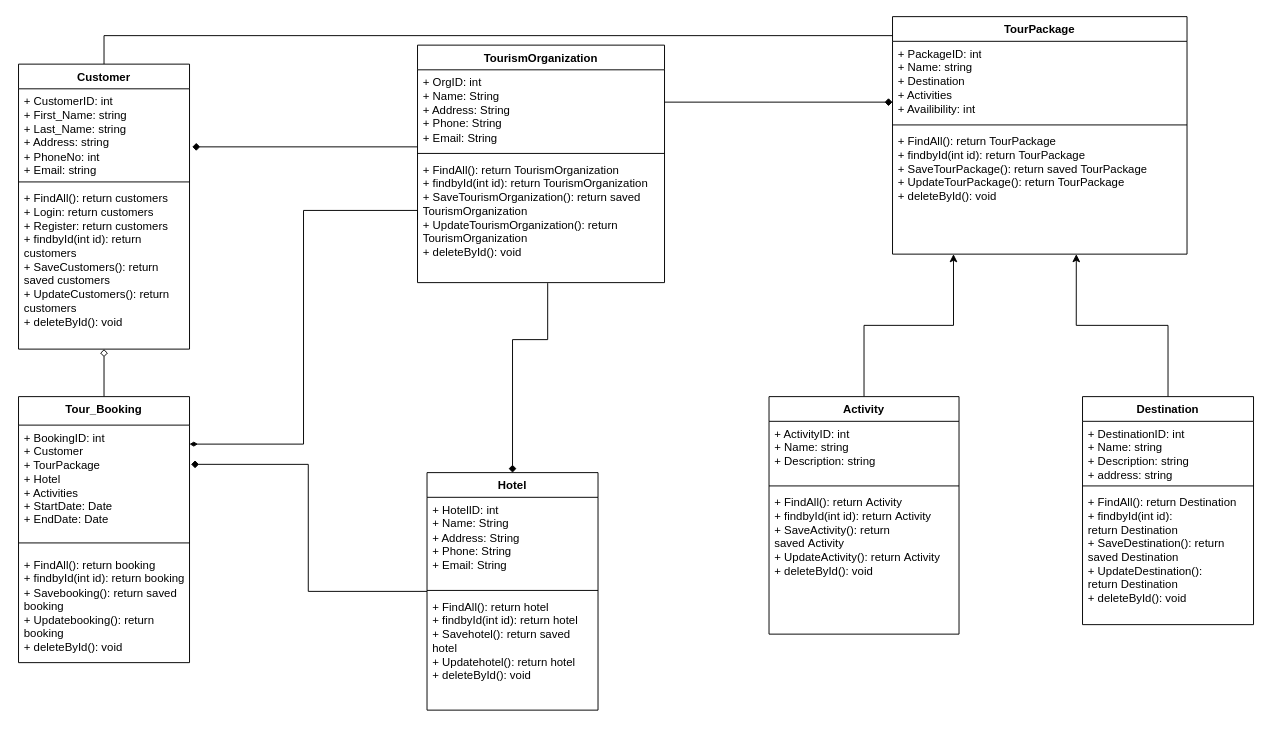
This is Class Diagram Tour.drawio from ziard47/Diagram, a draw.io file, before an edit. Source tidied: cells renumbered, new cells numbered last; positions are measured from the earlier drawing's top-left corner, leaving out a move shared by most shapes. Both pictures are drawn from the tidied source at 95%, with x=0, y=0 at pixel (18, 16).
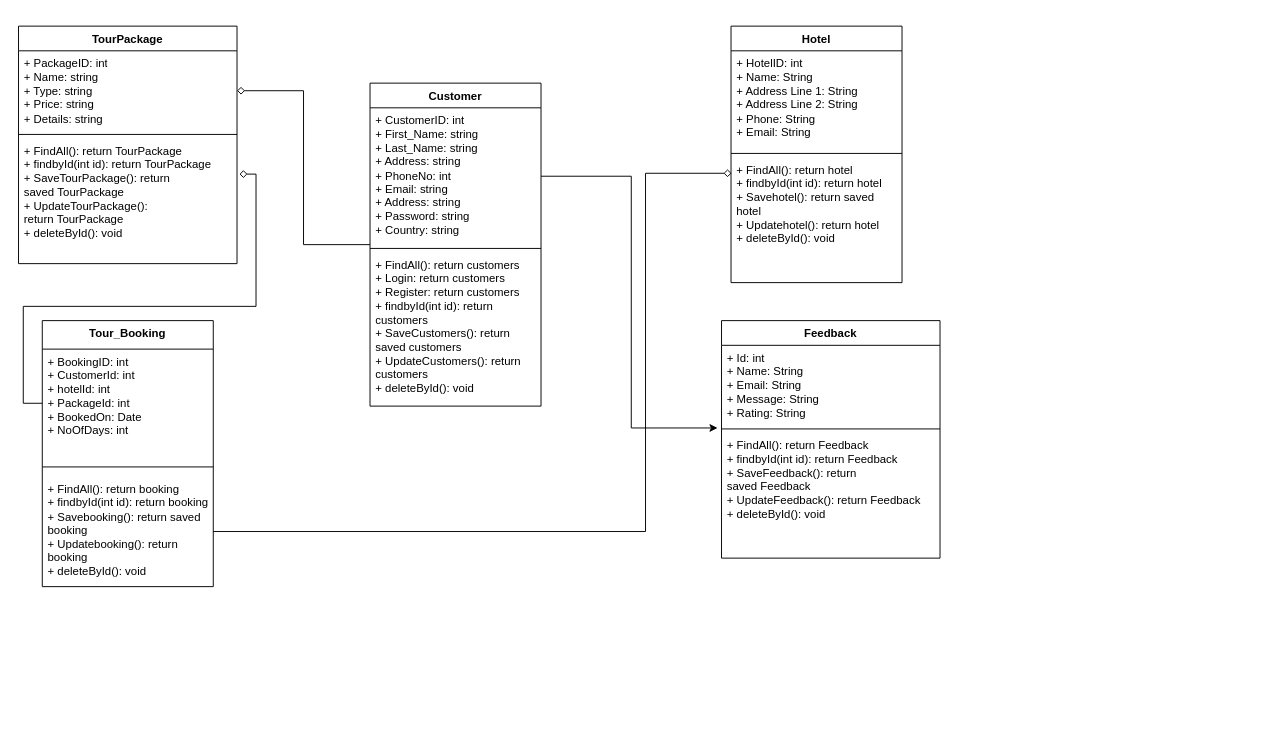
Above is the later version.

Unchanged cells that the change refers to:
```xml
<mxCell id="11" value="+ FindAll(): return booking&lt;br style=&quot;border-color: var(--border-color);&quot;&gt;+ findbyId(int id): return booking&lt;br style=&quot;border-color: var(--border-color);&quot;&gt;+ Savebooking(): return saved booking&lt;br style=&quot;border-color: var(--border-color);&quot;&gt;+ Updatebooking(): return booking&lt;br style=&quot;border-color: var(--border-color);&quot;&gt;+ deleteById(): void" style="text;strokeColor=none;fillColor=none;align=left;verticalAlign=top;spacingLeft=4;spacingRight=4;overflow=hidden;points=[[0,0.5],[1,0.5]];portConstraint=eastwest;whiteSpace=wrap;html=1;" parent="8" vertex="1">
  <mxGeometry y="164" width="180" height="116" as="geometry" />
</mxCell>
```

Diff of the diagram source:
```diff
@@
-    <mxCell id="2" style="edgeStyle=orthogonalEdgeStyle;rounded=0;jettySize=auto;html=1;entryX=0.006;entryY=0.083;entryDx=0;entryDy=0;entryPerimeter=0;endArrow=diamond;endFill=1;" parent="1" edge="1" source="3" target="24">
-      <mxGeometry relative="1" as="geometry">
-        <Array as="points">
-          <mxPoint x="90" y="20" />
-          <mxPoint x="981" y="20" />
-        </Array>
-      </mxGeometry>
-    </mxCell>
+    <mxCell id="39" style="edgeStyle=orthogonalEdgeStyle;rounded=0;jettySize=auto;html=1;entryX=1;entryY=0.5;entryDx=0;entryDy=0;endArrow=diamond;endFill=0;" parent="1" edge="1" source="3" target="25">
+      <mxGeometry relative="1" as="geometry" />
+    </mxCell>
     <mxCell id="3" value="Customer" style="swimlane;fontStyle=1;align=center;verticalAlign=top;horizontal=1;startSize=26;whiteSpace=wrap;html=1;" parent="1" vertex="1">
-      <mxGeometry y="50" width="180" height="300" as="geometry" />
+      <mxGeometry x="370" y="70" width="180" height="340" as="geometry" />
     </mxCell>
-    <mxCell id="4" value="+ CustomerID: int&lt;br&gt;+ First_Name: string&lt;br&gt;+ Last_Name: string&lt;br&gt;+ Address: string&lt;br&gt;+ PhoneNo: int&lt;br&gt;+ Email: string" style="text;strokeColor=none;fillColor=none;align=left;verticalAlign=top;spacingLeft=4;spacingRight=4;overflow=hidden;points=[[0,0.5],[1,0.5]];portConstraint=eastwest;whiteSpace=wrap;html=1;" parent="3" vertex="1">
-      <mxGeometry y="26" width="180" height="94" as="geometry" />
+    <mxCell id="4" value="+ CustomerID: int&lt;br&gt;+ First_Name: string&lt;br&gt;+ Last_Name: string&lt;br&gt;+ Address: string&lt;br&gt;+ PhoneNo: int&lt;br&gt;+ Email: string&lt;br&gt;+ Address: string&lt;br&gt;+ Password: string&lt;br&gt;+ Country: string" style="text;strokeColor=none;fillColor=none;align=left;verticalAlign=top;spacingLeft=4;spacingRight=4;overflow=hidden;points=[[0,0.5],[1,0.5]];portConstraint=eastwest;whiteSpace=wrap;html=1;" parent="3" vertex="1">
+      <mxGeometry y="26" width="180" height="144" as="geometry" />
     </mxCell>
     <mxCell id="5" style="line;strokeWidth=1;fillColor=none;align=left;verticalAlign=middle;spacingTop=-1;spacingLeft=3;spacingRight=3;labelPosition=right;strokeColor=inherit;" parent="3" vertex="1">
-      <mxGeometry y="120" width="180" height="8" as="geometry" />
+      <mxGeometry y="170" width="180" height="8" as="geometry" />
     </mxCell>
     <mxCell id="6" value="+ FindAll(): return customers&lt;br&gt;+ Login: return customers&lt;br&gt;+ Register: return customers&lt;br&gt;+ findbyId(int id): return customers&lt;br&gt;+ SaveCustomers(): return saved customers&lt;br&gt;+ UpdateCustomers(): return customers&lt;br&gt;+ deleteById(): void" style="text;strokeColor=none;fillColor=none;align=left;verticalAlign=top;spacingLeft=4;spacingRight=4;overflow=hidden;points=[[0,0.5],[1,0.5]];portConstraint=eastwest;whiteSpace=wrap;html=1;" parent="3" vertex="1">
-      <mxGeometry y="128" width="180" height="172" as="geometry" />
+      <mxGeometry y="178" width="180" height="162" as="geometry" />
     </mxCell>
-    <mxCell id="7" style="edgeStyle=orthogonalEdgeStyle;rounded=0;jettySize=auto;html=1;entryX=0.5;entryY=1;entryDx=0;entryDy=0;entryPerimeter=0;endArrow=diamond;endFill=0;" parent="1" edge="1" source="8" target="6">
-      <mxGeometry relative="1" as="geometry" />
-    </mxCell>
     <mxCell id="8" value="Tour_Booking" style="swimlane;fontStyle=1;align=center;verticalAlign=top;horizontal=1;startSize=30;whiteSpace=wrap;html=1;" parent="1" vertex="1">
-      <mxGeometry y="400" width="180" height="280" as="geometry" />
+      <mxGeometry x="25" y="320" width="180" height="280" as="geometry" />
     </mxCell>
-    <mxCell id="9" value="+ BookingID: int&lt;br&gt;+ Customer&lt;br&gt;+ TourPackage&lt;br&gt;+ Hotel&lt;br&gt;+ Activities&lt;br&gt;+ StartDate: Date&lt;br&gt;+ EndDate: Date" style="text;strokeColor=none;fillColor=none;align=left;verticalAlign=top;spacingLeft=4;spacingRight=4;overflow=hidden;points=[[0,0.5],[1,0.5]];portConstraint=eastwest;whiteSpace=wrap;html=1;" parent="8" vertex="1">
+    <mxCell id="9" value="+ BookingID: int&lt;br&gt;+ CustomerId: int&lt;br&gt;+ hotelId: int&lt;br&gt;+ PackageId: int&lt;br&gt;+ BookedOn: Date&lt;br&gt;+ NoOfDays: int" style="text;strokeColor=none;fillColor=none;align=left;verticalAlign=top;spacingLeft=4;spacingRight=4;overflow=hidden;points=[[0,0.5],[1,0.5]];portConstraint=eastwest;whiteSpace=wrap;html=1;" parent="8" vertex="1">
       <mxGeometry y="30" width="180" height="114" as="geometry" />
     </mxCell>
@@
-    <mxCell id="12" style="edgeStyle=orthogonalEdgeStyle;rounded=0;jettySize=auto;html=1;entryX=1.009;entryY=0.362;entryDx=0;entryDy=0;entryPerimeter=0;endArrow=diamond;endFill=1;" parent="1" edge="1" source="13" target="9">
-      <mxGeometry relative="1" as="geometry" />
-    </mxCell>
     <mxCell id="13" value="Hotel" style="swimlane;fontStyle=1;align=center;verticalAlign=top;horizontal=1;startSize=26;whiteSpace=wrap;html=1;" parent="1" vertex="1">
-      <mxGeometry x="430" y="480" width="180" height="250" as="geometry" />
+      <mxGeometry x="750" y="10" width="180" height="270" as="geometry" />
     </mxCell>
-    <mxCell id="14" value="+ HotelID: int&lt;br&gt;+ Name: String&lt;br&gt;+ Address: String&lt;br&gt;+ Phone: String&lt;br&gt;+ Email: String&lt;br&gt;" style="text;strokeColor=none;fillColor=none;align=left;verticalAlign=top;spacingLeft=4;spacingRight=4;overflow=hidden;whiteSpace=wrap;html=1;" parent="13" vertex="1">
-      <mxGeometry y="26" width="180" height="94" as="geometry" />
+    <mxCell id="14" value="+ HotelID: int&lt;br&gt;+ Name: String&lt;br&gt;+ Address Line 1: String&lt;br&gt;+ Address Line 2: String&lt;br&gt;+ Phone: String&lt;br&gt;+ Email: String" style="text;strokeColor=none;fillColor=none;align=left;verticalAlign=top;spacingLeft=4;spacingRight=4;overflow=hidden;whiteSpace=wrap;html=1;" parent="13" vertex="1">
+      <mxGeometry y="26" width="180" height="104" as="geometry" />
     </mxCell>
     <mxCell id="15" style="line;strokeWidth=1;fillColor=none;align=left;verticalAlign=middle;spacingTop=-1;spacingLeft=3;spacingRight=3;labelPosition=right;strokeColor=inherit;" parent="13" vertex="1">
-      <mxGeometry y="120" width="180" height="8" as="geometry" />
+      <mxGeometry y="130" width="180" height="8" as="geometry" />
     </mxCell>
     <mxCell id="16" value="+ FindAll(): return hotel&lt;br style=&quot;border-color: var(--border-color);&quot;&gt;+ findbyId(int id): return hotel&lt;br style=&quot;border-color: var(--border-color);&quot;&gt;+ Savehotel(): return saved hotel&lt;br style=&quot;border-color: var(--border-color);&quot;&gt;+ Updatehotel(): return hotel&lt;br style=&quot;border-color: var(--border-color);&quot;&gt;+ deleteById(): void" style="text;strokeColor=none;fillColor=none;align=left;verticalAlign=top;spacingLeft=4;spacingRight=4;overflow=hidden;points=[[0,0.5],[1,0.5]];portConstraint=eastwest;whiteSpace=wrap;html=1;" parent="13" vertex="1">
-      <mxGeometry y="128" width="180" height="122" as="geometry" />
+      <mxGeometry y="138" width="180" height="132" as="geometry" />
     </mxCell>
-    <mxCell id="17" style="edgeStyle=orthogonalEdgeStyle;rounded=0;jettySize=auto;html=1;entryX=1.016;entryY=0.65;entryDx=0;entryDy=0;entryPerimeter=0;endArrow=diamond;endFill=1;" parent="1" edge="1" source="20" target="4">
-      <mxGeometry relative="1" as="geometry">
-        <Array as="points">
-          <mxPoint x="470" y="137" />
-          <mxPoint x="470" y="137" />
-        </Array>
-      </mxGeometry>
-    </mxCell>
-    <mxCell id="18" style="edgeStyle=orthogonalEdgeStyle;rounded=0;jettySize=auto;html=1;exitX=0;exitY=0.5;exitDx=0;exitDy=0;endArrow=diamondThin;endFill=1;" parent="1" edge="1" source="23">
-      <mxGeometry relative="1" as="geometry">
-        <mxPoint x="180" y="450" as="targetPoint" />
-        <Array as="points">
-          <mxPoint x="300" y="204" />
-          <mxPoint x="300" y="450" />
-          <mxPoint x="180" y="450" />
-        </Array>
-      </mxGeometry>
-    </mxCell>
-    <mxCell id="19" style="edgeStyle=orthogonalEdgeStyle;rounded=0;jettySize=auto;html=1;entryX=0.5;entryY=0;entryDx=0;entryDy=0;endArrow=diamond;endFill=1;exitX=0.527;exitY=1.004;exitDx=0;exitDy=0;exitPerimeter=0;" parent="1" edge="1" source="23" target="13">
-      <mxGeometry relative="1" as="geometry">
-        <Array as="points">
-          <mxPoint x="557" y="340" />
-          <mxPoint x="520" y="340" />
-        </Array>
-      </mxGeometry>
-    </mxCell>
-    <mxCell id="20" value="TourismOrganization" style="swimlane;fontStyle=1;align=center;verticalAlign=top;horizontal=1;startSize=26;whiteSpace=wrap;html=1;" parent="1" vertex="1">
-      <mxGeometry x="420" y="30" width="260" height="250" as="geometry" />
+    <mxCell id="20" value="Feedback" style="swimlane;fontStyle=1;align=center;verticalAlign=top;horizontal=1;startSize=26;whiteSpace=wrap;html=1;" parent="1" vertex="1">
+      <mxGeometry x="740" y="320" width="230" height="250" as="geometry" />
     </mxCell>
-    <mxCell id="21" value="+ OrgID: int&lt;br style=&quot;border-color: var(--border-color);&quot;&gt;+ Name: String&lt;br style=&quot;border-color: var(--border-color);&quot;&gt;+ Address: String&lt;br style=&quot;border-color: var(--border-color);&quot;&gt;+ Phone: String&lt;br style=&quot;border-color: var(--border-color);&quot;&gt;+ Email: String" style="text;strokeColor=none;fillColor=none;align=left;verticalAlign=top;spacingLeft=4;spacingRight=4;overflow=hidden;points=[[0,0.5],[1,0.5]];portConstraint=eastwest;whiteSpace=wrap;html=1;" parent="20" vertex="1">
-      <mxGeometry y="26" width="260" height="84" as="geometry" />
+    <mxCell id="21" value="+ Id: int&lt;br style=&quot;border-color: var(--border-color);&quot;&gt;+ Name: String&lt;br style=&quot;border-color: var(--border-color);&quot;&gt;+ Email: String&lt;br style=&quot;border-color: var(--border-color);&quot;&gt;+ Message: String&lt;br style=&quot;border-color: var(--border-color);&quot;&gt;+ Rating: String" style="text;strokeColor=none;fillColor=none;align=left;verticalAlign=top;spacingLeft=4;spacingRight=4;overflow=hidden;points=[[0,0.5],[1,0.5]];portConstraint=eastwest;whiteSpace=wrap;html=1;" parent="20" vertex="1">
+      <mxGeometry y="26" width="230" height="84" as="geometry" />
     </mxCell>
     <mxCell id="22" style="line;strokeWidth=1;fillColor=none;align=left;verticalAlign=middle;spacingTop=-1;spacingLeft=3;spacingRight=3;labelPosition=right;strokeColor=inherit;" parent="20" vertex="1">
-      <mxGeometry y="110" width="260" height="8" as="geometry" />
+      <mxGeometry y="110" width="230" height="8" as="geometry" />
     </mxCell>
-    <mxCell id="23" value="+ FindAll(): return&amp;nbsp;TourismOrganization&lt;br style=&quot;border-color: var(--border-color);&quot;&gt;+ findbyId(int id): return TourismOrganization&lt;br style=&quot;border-color: var(--border-color);&quot;&gt;+ SaveTourismOrganization(): return saved TourismOrganization&lt;br style=&quot;border-color: var(--border-color);&quot;&gt;+ UpdateTourismOrganization(): return TourismOrganization&lt;br style=&quot;border-color: var(--border-color);&quot;&gt;+ deleteById(): void" style="text;strokeColor=none;fillColor=none;align=left;verticalAlign=top;spacingLeft=4;spacingRight=4;overflow=hidden;points=[[0,0.5],[1,0.5]];portConstraint=eastwest;whiteSpace=wrap;html=1;" parent="20" vertex="1">
-      <mxGeometry y="118" width="260" height="132" as="geometry" />
+    <mxCell id="23" value="+ FindAll(): return&amp;nbsp;Feedback&lt;br style=&quot;border-color: var(--border-color);&quot;&gt;+ findbyId(int id): return&amp;nbsp;Feedback&lt;br style=&quot;border-color: var(--border-color);&quot;&gt;+ SaveFeedback(): return saved&amp;nbsp;Feedback&lt;br style=&quot;border-color: var(--border-color);&quot;&gt;+ UpdateFeedback(): return Feedback&lt;br style=&quot;border-color: var(--border-color);&quot;&gt;+ deleteById(): void" style="text;strokeColor=none;fillColor=none;align=left;verticalAlign=top;spacingLeft=4;spacingRight=4;overflow=hidden;points=[[0,0.5],[1,0.5]];portConstraint=eastwest;whiteSpace=wrap;html=1;" parent="20" vertex="1">
+      <mxGeometry y="118" width="230" height="132" as="geometry" />
     </mxCell>
     <mxCell id="24" value="TourPackage" style="swimlane;fontStyle=1;align=center;verticalAlign=top;horizontal=1;startSize=26;whiteSpace=wrap;html=1;" parent="1" vertex="1">
-      <mxGeometry x="920" width="310" height="250" as="geometry" />
+      <mxGeometry y="10" width="230" height="250" as="geometry" />
     </mxCell>
-    <mxCell id="25" value="+ PackageID: int&lt;br&gt;+ Name: string&lt;br&gt;+ Destination&lt;br&gt;+ Activities&lt;br&gt;+ Availibility: int" style="text;strokeColor=none;fillColor=none;align=left;verticalAlign=top;spacingLeft=4;spacingRight=4;overflow=hidden;points=[[0,0.5],[1,0.5]];portConstraint=eastwest;whiteSpace=wrap;html=1;" parent="24" vertex="1">
-      <mxGeometry y="26" width="310" height="84" as="geometry" />
+    <mxCell id="25" value="+ PackageID: int&lt;br&gt;+ Name: string&lt;br&gt;+ Type: string&lt;br&gt;+ Price: string&lt;br&gt;+ Details: string" style="text;strokeColor=none;fillColor=none;align=left;verticalAlign=top;spacingLeft=4;spacingRight=4;overflow=hidden;points=[[0,0.5],[1,0.5]];portConstraint=eastwest;whiteSpace=wrap;html=1;" parent="24" vertex="1">
+      <mxGeometry y="26" width="230" height="84" as="geometry" />
     </mxCell>
     <mxCell id="26" style="line;strokeWidth=1;fillColor=none;align=left;verticalAlign=middle;spacingTop=-1;spacingLeft=3;spacingRight=3;labelPosition=right;strokeColor=inherit;" parent="24" vertex="1">
-      <mxGeometry y="110" width="310" height="8" as="geometry" />
+      <mxGeometry y="110" width="230" height="8" as="geometry" />
     </mxCell>
     <mxCell id="27" value="+ FindAll(): return&amp;nbsp;TourPackage&lt;br style=&quot;border-color: var(--border-color);&quot;&gt;+ findbyId(int id): return&amp;nbsp;TourPackage&lt;br style=&quot;border-color: var(--border-color);&quot;&gt;+ SaveTourPackage(): return saved&amp;nbsp;TourPackage&lt;br style=&quot;border-color: var(--border-color);&quot;&gt;+ UpdateTourPackage(): return&amp;nbsp;TourPackage&lt;br style=&quot;border-color: var(--border-color);&quot;&gt;+ deleteById(): void" style="text;strokeColor=none;fillColor=none;align=left;verticalAlign=top;spacingLeft=4;spacingRight=4;overflow=hidden;points=[[0,0.5],[1,0.5]];portConstraint=eastwest;whiteSpace=wrap;html=1;" parent="24" vertex="1">
-      <mxGeometry y="118" width="310" height="132" as="geometry" />
+      <mxGeometry y="118" width="230" height="132" as="geometry" />
     </mxCell>
-    <mxCell id="28" style="edgeStyle=orthogonalEdgeStyle;rounded=0;jettySize=auto;html=1;entryX=0.207;entryY=1;entryDx=0;entryDy=0;entryPerimeter=0;" parent="1" edge="1" source="29" target="27">
-      <mxGeometry relative="1" as="geometry" />
-    </mxCell>
-    <mxCell id="29" value="Activity" style="swimlane;fontStyle=1;align=center;verticalAlign=top;horizontal=1;startSize=26;whiteSpace=wrap;html=1;" parent="1" vertex="1">
-      <mxGeometry x="790" y="400" width="200" height="250" as="geometry" />
-    </mxCell>
-    <mxCell id="30" value="+ ActivityID: int&lt;br&gt;+ Name: string&lt;br&gt;+ Description: string&lt;br&gt;" style="text;strokeColor=none;fillColor=none;align=left;verticalAlign=top;spacingLeft=4;spacingRight=4;overflow=hidden;whiteSpace=wrap;html=1;" parent="29" vertex="1">
-      <mxGeometry y="26" width="200" height="64" as="geometry" />
-    </mxCell>
-    <mxCell id="31" style="line;strokeWidth=1;fillColor=none;align=left;verticalAlign=middle;spacingTop=-1;spacingLeft=3;spacingRight=3;labelPosition=right;strokeColor=inherit;" parent="29" vertex="1">
-      <mxGeometry y="90" width="200" height="8" as="geometry" />
-    </mxCell>
-    <mxCell id="32" value="+ FindAll(): return&amp;nbsp;Activity&lt;br style=&quot;border-color: var(--border-color);&quot;&gt;+ findbyId(int id): return&amp;nbsp;Activity&lt;br style=&quot;border-color: var(--border-color);&quot;&gt;+ SaveActivity(): return saved&amp;nbsp;Activity&lt;br style=&quot;border-color: var(--border-color);&quot;&gt;+ UpdateActivity(): return&amp;nbsp;Activity&lt;br style=&quot;border-color: var(--border-color);&quot;&gt;+ deleteById(): void" style="text;strokeColor=none;fillColor=none;align=left;verticalAlign=top;spacingLeft=4;spacingRight=4;overflow=hidden;whiteSpace=wrap;html=1;" parent="29" vertex="1">
-      <mxGeometry y="98" width="200" height="152" as="geometry" />
-    </mxCell>
-    <mxCell id="33" style="edgeStyle=orthogonalEdgeStyle;rounded=0;jettySize=auto;html=1;entryX=0.624;entryY=1;entryDx=0;entryDy=0;entryPerimeter=0;" parent="1" edge="1" source="34" target="27">
-      <mxGeometry relative="1" as="geometry" />
-    </mxCell>
-    <mxCell id="34" value="Destination" style="swimlane;fontStyle=1;align=center;verticalAlign=top;horizontal=1;startSize=26;whiteSpace=wrap;html=1;" parent="1" vertex="1">
-      <mxGeometry x="1120" y="400" width="180" height="240" as="geometry" />
-    </mxCell>
-    <mxCell id="35" value="+ DestinationID: int&lt;br&gt;+ Name: string&lt;br&gt;+ Description: string&lt;br&gt;+ address: string" style="text;strokeColor=none;fillColor=none;align=left;verticalAlign=top;spacingLeft=4;spacingRight=4;overflow=hidden;whiteSpace=wrap;html=1;" parent="34" vertex="1">
-      <mxGeometry y="26" width="180" height="64" as="geometry" />
-    </mxCell>
-    <mxCell id="36" style="line;strokeWidth=1;fillColor=none;align=left;verticalAlign=middle;spacingTop=-1;spacingLeft=3;spacingRight=3;labelPosition=right;strokeColor=inherit;" parent="34" vertex="1">
-      <mxGeometry y="90" width="180" height="8" as="geometry" />
-    </mxCell>
-    <mxCell id="37" value="+ FindAll(): return&amp;nbsp;Destination&lt;br style=&quot;border-color: var(--border-color);&quot;&gt;+ findbyId(int id): return&amp;nbsp;Destination&lt;br style=&quot;border-color: var(--border-color);&quot;&gt;+ SaveDestination(): return saved&amp;nbsp;Destination&lt;br style=&quot;border-color: var(--border-color);&quot;&gt;+ UpdateDestination(): return&amp;nbsp;Destination&lt;br style=&quot;border-color: var(--border-color);&quot;&gt;+ deleteById(): void" style="text;strokeColor=none;fillColor=none;align=left;verticalAlign=top;spacingLeft=4;spacingRight=4;overflow=hidden;whiteSpace=wrap;html=1;" parent="34" vertex="1">
-      <mxGeometry y="98" width="180" height="142" as="geometry" />
-    </mxCell>
-    <mxCell id="38" style="edgeStyle=orthogonalEdgeStyle;rounded=0;jettySize=auto;html=1;entryX=0;entryY=0.762;entryDx=0;entryDy=0;entryPerimeter=0;endArrow=diamond;endFill=1;" parent="1" edge="1" source="21" target="25">
-      <mxGeometry relative="1" as="geometry">
-        <Array as="points">
-          <mxPoint x="790" y="90" />
-          <mxPoint x="790" y="90" />
-        </Array>
-      </mxGeometry>
-    </mxCell>
+    <mxCell id="40" style="edgeStyle=orthogonalEdgeStyle;rounded=0;jettySize=auto;html=1;entryX=1.011;entryY=0.286;entryDx=0;entryDy=0;entryPerimeter=0;endArrow=diamond;endFill=0;" parent="1" edge="1" source="9" target="27">
+      <mxGeometry relative="1" as="geometry" />
+    </mxCell>
+    <mxCell id="41" style="edgeStyle=orthogonalEdgeStyle;rounded=0;jettySize=auto;html=1;entryX=-0.018;entryY=-0.038;entryDx=0;entryDy=0;entryPerimeter=0;" parent="1" edge="1" source="4" target="23">
+      <mxGeometry relative="1" as="geometry" />
+    </mxCell>
+    <mxCell id="42" style="edgeStyle=orthogonalEdgeStyle;rounded=0;jettySize=auto;html=1;endArrow=diamond;endFill=0;entryX=0.003;entryY=0.128;entryDx=0;entryDy=0;entryPerimeter=0;" parent="1" edge="1" source="11" target="16">
+      <mxGeometry relative="1" as="geometry">
+        <Array as="points">
+          <mxPoint x="660" y="542" />
+          <mxPoint x="660" y="165" />
+        </Array>
+      </mxGeometry>
+    </mxCell>
```
